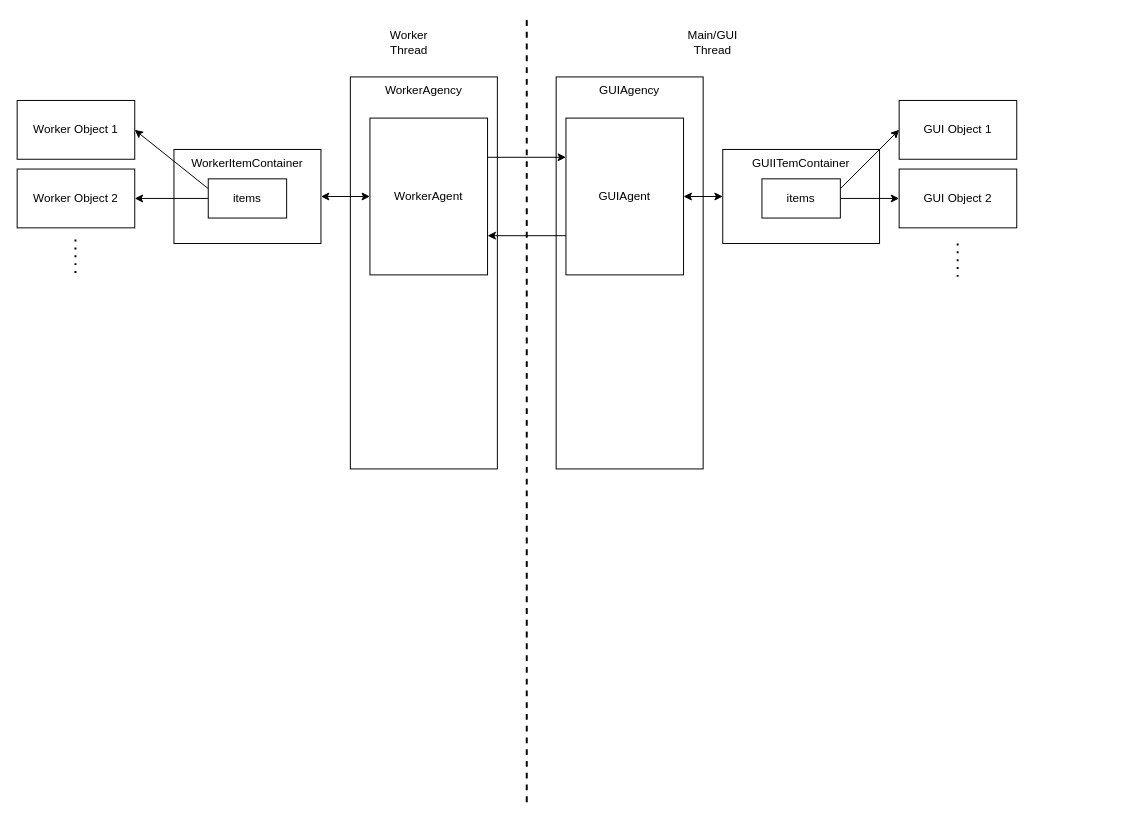
swvanbuuren/pqthread-commms keeps this draw.io diagram as doc/design.drawio. Above is the earlier version. Source tidied: cells renumbered, new cells numbered last; positions are measured from the earlier drawing's top-left corner, leaving out a move shared by most shapes. Both pictures are drawn from the tidied source at 98%, with x=0, y=0 at pixel (17, 18).
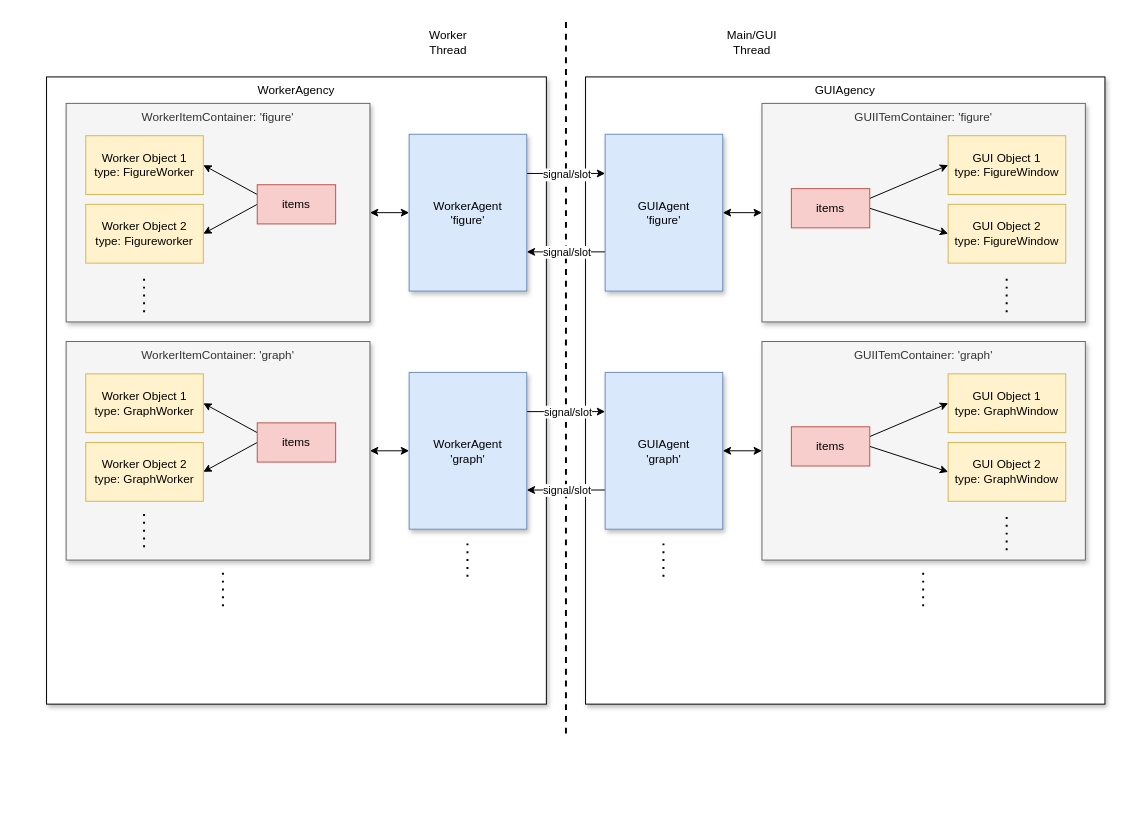
The same diagram, later.

The change refers to these unchanged cells:
```xml
<mxCell id="20" style="edgeStyle=orthogonalEdgeStyle;rounded=0;jettySize=auto;html=1;exitX=0;exitY=0.75;exitDx=0;exitDy=0;entryX=1;entryY=0.75;entryDx=0;entryDy=0;" parent="1" edge="1" source="21" target="23">
  <mxGeometry relative="1" as="geometry" />
</mxCell>
<mxCell id="22" style="edgeStyle=orthogonalEdgeStyle;rounded=0;jettySize=auto;html=1;exitX=1;exitY=0.25;exitDx=0;exitDy=0;entryX=0;entryY=0.25;entryDx=0;entryDy=0;" parent="1" edge="1" source="23" target="21">
  <mxGeometry relative="1" as="geometry" />
</mxCell>
```

What changed in the source:
```diff
@@
-    <mxCell id="2" value="&lt;div&gt;GUIAgency&lt;/div&gt;" style="rounded=0;whiteSpace=wrap;html=1;verticalAlign=top;" parent="1" vertex="1">
-      <mxGeometry x="550" y="60" width="150" height="400" as="geometry" />
+    <mxCell id="2" value="&lt;div&gt;GUIAgency&lt;/div&gt;" style="rounded=0;whiteSpace=wrap;html=1;verticalAlign=top;shadow=1;" parent="1" vertex="1">
+      <mxGeometry x="580" y="60" width="530" height="640" as="geometry" />
     </mxCell>
-    <mxCell id="3" value="&lt;div&gt;WorkerAgency&lt;/div&gt;" style="rounded=0;whiteSpace=wrap;html=1;verticalAlign=top;" parent="1" vertex="1">
-      <mxGeometry x="340" y="60" width="150" height="400" as="geometry" />
+    <mxCell id="3" value="&lt;div&gt;WorkerAgency&lt;/div&gt;" style="rounded=0;whiteSpace=wrap;html=1;verticalAlign=top;shadow=1;" parent="1" vertex="1">
+      <mxGeometry x="30" y="60" width="510" height="640" as="geometry" />
     </mxCell>
     <mxCell id="4" style="endArrow=none;dashed=1;html=1;strokeWidth=2;rounded=0;" parent="1" edge="1">
       <mxGeometry relative="1" as="geometry">
-        <mxPoint x="520" y="800" as="sourcePoint" />
-        <mxPoint x="520" as="targetPoint" />
+        <mxPoint x="560" y="730" as="sourcePoint" />
+        <mxPoint x="560" as="targetPoint" />
       </mxGeometry>
     </mxCell>
     <mxCell id="5" value="&lt;div&gt;Main/GUI Thread&lt;/div&gt;" style="text;html=1;align=center;verticalAlign=middle;whiteSpace=wrap;rounded=0;" parent="1" vertex="1">
-      <mxGeometry x="680" y="10" width="60" height="30" as="geometry" />
+      <mxGeometry x="720" y="10" width="60" height="30" as="geometry" />
     </mxCell>
     <mxCell id="6" value="&lt;div&gt;Worker Thread&lt;/div&gt;" style="text;html=1;align=center;verticalAlign=middle;whiteSpace=wrap;rounded=0;" parent="1" vertex="1">
-      <mxGeometry x="370" y="10" width="60" height="30" as="geometry" />
+      <mxGeometry x="410" y="10" width="60" height="30" as="geometry" />
     </mxCell>
-    <mxCell id="7" value="&lt;div&gt;GUIITemContainer&lt;/div&gt;" style="rounded=0;whiteSpace=wrap;html=1;verticalAlign=top;" parent="1" vertex="1">
-      <mxGeometry x="720" y="134" width="160" height="96" as="geometry" />
+    <mxCell id="7" value="&lt;div&gt;GUIITemContainer: 'figure'&lt;/div&gt;" style="rounded=0;whiteSpace=wrap;html=1;verticalAlign=top;fillColor=#f5f5f5;fontColor=#333333;strokeColor=#666666;shadow=1;" parent="1" vertex="1">
+      <mxGeometry x="760" y="87" width="330" height="223" as="geometry" />
     </mxCell>
-    <mxCell id="8" value="&lt;div&gt;GUI Object 1&lt;br&gt;&lt;/div&gt;" style="rounded=0;whiteSpace=wrap;html=1;" parent="1" vertex="1">
-      <mxGeometry x="900" y="84" width="120" height="60" as="geometry" />
+    <mxCell id="8" value="&lt;div&gt;GUI Object 1&lt;/div&gt;&lt;div&gt;type: FigureWindow&lt;br&gt;&lt;/div&gt;" style="rounded=0;whiteSpace=wrap;html=1;fillColor=#fff2cc;strokeColor=#d6b656;" parent="1" vertex="1">
+      <mxGeometry x="950" y="120" width="120" height="60" as="geometry" />
     </mxCell>
-    <mxCell id="9" value="&lt;div&gt;GUI Object 2&lt;br&gt;&lt;/div&gt;" style="rounded=0;whiteSpace=wrap;html=1;" parent="1" vertex="1">
-      <mxGeometry x="900" y="154" width="120" height="60" as="geometry" />
+    <mxCell id="9" value="&lt;div&gt;GUI Object 2&lt;/div&gt;&lt;div&gt;type: FigureWindow&lt;/div&gt;" style="rounded=0;whiteSpace=wrap;html=1;fillColor=#fff2cc;strokeColor=#d6b656;" parent="1" vertex="1">
+      <mxGeometry x="950" y="190" width="120" height="60" as="geometry" />
     </mxCell>
@@
-    <mxCell id="12" value="items" style="rounded=0;whiteSpace=wrap;html=1;" parent="1" vertex="1">
-      <mxGeometry x="760" y="164" width="80" height="40" as="geometry" />
+    <mxCell id="12" value="items" style="rounded=0;whiteSpace=wrap;html=1;fillColor=#f8cecc;strokeColor=#b85450;" parent="1" vertex="1">
+      <mxGeometry x="790" y="174" width="80" height="40" as="geometry" />
     </mxCell>
     <mxCell id="13" style="endArrow=none;dashed=1;html=1;dashPattern=1 3;strokeWidth=2;rounded=0;" parent="1" edge="1">
       <mxGeometry relative="1" as="geometry">
-        <mxPoint x="959.7" y="264" as="sourcePoint" />
-        <mxPoint x="959.7" y="224" as="targetPoint" />
+        <mxPoint x="1009.7" y="300" as="sourcePoint" />
+        <mxPoint x="1009.7" y="260" as="targetPoint" />
       </mxGeometry>
     </mxCell>
@@
-    <mxCell id="15" value="WorkerItemContainer" style="rounded=0;whiteSpace=wrap;html=1;verticalAlign=top;" parent="1" vertex="1">
-      <mxGeometry x="160" y="134" width="150" height="96" as="geometry" />
+    <mxCell id="15" value="WorkerItemContainer: 'figure'" style="rounded=0;whiteSpace=wrap;html=1;verticalAlign=top;fillColor=#f5f5f5;fontColor=#333333;strokeColor=#666666;shadow=1;" parent="1" vertex="1">
+      <mxGeometry x="50" y="87" width="310" height="223" as="geometry" />
     </mxCell>
@@
-    <mxCell id="17" style="edgeStyle=orthogonalEdgeStyle;rounded=0;jettySize=auto;html=1;exitX=0;exitY=0.5;exitDx=0;exitDy=0;entryX=1;entryY=0.5;entryDx=0;entryDy=0;" parent="1" edge="1" source="18" target="25">
+    <mxCell id="17" style="rounded=0;jettySize=auto;html=1;exitX=0;exitY=0.5;exitDx=0;exitDy=0;entryX=1;entryY=0.5;entryDx=0;entryDy=0;" parent="1" edge="1" source="18" target="25">
       <mxGeometry relative="1" as="geometry" />
     </mxCell>
-    <mxCell id="18" value="items" style="rounded=0;whiteSpace=wrap;html=1;" parent="1" vertex="1">
-      <mxGeometry x="195" y="164" width="80" height="40" as="geometry" />
+    <mxCell id="18" value="items" style="rounded=0;whiteSpace=wrap;html=1;fillColor=#f8cecc;strokeColor=#b85450;" parent="1" vertex="1">
+      <mxGeometry x="245" y="170" width="80" height="40" as="geometry" />
     </mxCell>
@@
+    <mxCell id="27" value="signal/slot" style="edgeLabel;html=1;align=center;verticalAlign=middle;" parent="20" vertex="1">
+      <mxGeometry relative="1" as="geometry" />
+    </mxCell>
-    <mxCell id="21" value="&lt;div&gt;GUIAgent&lt;/div&gt;" style="rounded=0;whiteSpace=wrap;html=1;" parent="1" vertex="1">
-      <mxGeometry x="560" y="102" width="120" height="160" as="geometry" />
+    <mxCell id="21" value="&lt;div&gt;GUIAgent&lt;br&gt;'figure'&lt;/div&gt;" style="rounded=0;whiteSpace=wrap;html=1;fillColor=#dae8fc;strokeColor=#6c8ebf;shadow=1;" parent="1" vertex="1">
+      <mxGeometry x="600" y="118.5" width="120" height="160" as="geometry" />
     </mxCell>
@@
+    <mxCell id="28" value="&lt;div&gt;signal/slot&lt;/div&gt;" style="edgeLabel;html=1;align=center;verticalAlign=middle;" parent="22" vertex="1">
+      <mxGeometry relative="1" as="geometry">
+        <mxPoint y="1" as="offset" />
+      </mxGeometry>
+    </mxCell>
-    <mxCell id="23" value="WorkerAgent" style="rounded=0;whiteSpace=wrap;html=1;" parent="1" vertex="1">
-      <mxGeometry x="360" y="102" width="120" height="160" as="geometry" />
+    <mxCell id="23" value="WorkerAgent&lt;br&gt;'figure'" style="rounded=0;whiteSpace=wrap;html=1;fillColor=#dae8fc;strokeColor=#6c8ebf;shadow=1;" parent="1" vertex="1">
+      <mxGeometry x="400" y="118.5" width="120" height="160" as="geometry" />
     </mxCell>
-    <mxCell id="24" value="&lt;div&gt;Worker Object 1&lt;br&gt;&lt;/div&gt;" style="rounded=0;whiteSpace=wrap;html=1;" parent="1" vertex="1">
-      <mxGeometry y="84" width="120" height="60" as="geometry" />
+    <mxCell id="24" value="&lt;div&gt;Worker Object 1&lt;br&gt;type: FigureWorker&lt;br&gt;&lt;/div&gt;" style="rounded=0;whiteSpace=wrap;html=1;fillColor=#fff2cc;strokeColor=#d6b656;" parent="1" vertex="1">
+      <mxGeometry x="70" y="120" width="120" height="60" as="geometry" />
     </mxCell>
-    <mxCell id="25" value="&lt;div&gt;Worker Object 2&lt;br&gt;&lt;/div&gt;" style="rounded=0;whiteSpace=wrap;html=1;" parent="1" vertex="1">
-      <mxGeometry y="154" width="120" height="60" as="geometry" />
+    <mxCell id="25" value="&lt;div&gt;Worker Object 2&lt;/div&gt;&lt;div&gt;type: Figureworker&lt;br&gt;&lt;/div&gt;" style="rounded=0;whiteSpace=wrap;html=1;fillColor=#fff2cc;strokeColor=#d6b656;" parent="1" vertex="1">
+      <mxGeometry x="70" y="190" width="120" height="60" as="geometry" />
     </mxCell>
     <mxCell id="26" style="endArrow=none;dashed=1;html=1;dashPattern=1 3;strokeWidth=2;rounded=0;" parent="1" edge="1">
       <mxGeometry relative="1" as="geometry">
-        <mxPoint x="59.5" y="260" as="sourcePoint" />
-        <mxPoint x="59.5" y="220" as="targetPoint" />
+        <mxPoint x="129.5" y="300" as="sourcePoint" />
+        <mxPoint x="129.5" y="260" as="targetPoint" />
       </mxGeometry>
     </mxCell>
+    <mxCell id="29" value="&lt;div&gt;GUIITemContainer: 'graph'&lt;/div&gt;" style="rounded=0;whiteSpace=wrap;html=1;verticalAlign=top;fillColor=#f5f5f5;fontColor=#333333;strokeColor=#666666;shadow=1;" parent="1" vertex="1">
+      <mxGeometry x="760" y="330" width="330" height="223" as="geometry" />
+    </mxCell>
+    <mxCell id="30" value="&lt;div&gt;GUI Object 1&lt;/div&gt;&lt;div&gt;type: GraphWindow&lt;/div&gt;" style="rounded=0;whiteSpace=wrap;html=1;fillColor=#fff2cc;strokeColor=#d6b656;" parent="1" vertex="1">
+      <mxGeometry x="950" y="363" width="120" height="60" as="geometry" />
+    </mxCell>
+    <mxCell id="31" value="&lt;div&gt;GUI Object 2&lt;/div&gt;&lt;div&gt;type: GraphWindow&lt;/div&gt;" style="rounded=0;whiteSpace=wrap;html=1;fillColor=#fff2cc;strokeColor=#d6b656;" parent="1" vertex="1">
+      <mxGeometry x="950" y="433" width="120" height="60" as="geometry" />
+    </mxCell>
+    <mxCell id="32" style="rounded=0;jettySize=auto;html=1;exitX=1;exitY=0.25;exitDx=0;exitDy=0;entryX=0;entryY=0.5;entryDx=0;entryDy=0;" parent="1" edge="1" source="34" target="30">
+      <mxGeometry relative="1" as="geometry" />
+    </mxCell>
+    <mxCell id="33" style="rounded=0;jettySize=auto;html=1;exitX=1;exitY=0.5;exitDx=0;exitDy=0;entryX=0;entryY=0.5;entryDx=0;entryDy=0;" parent="1" edge="1" source="34" target="31">
+      <mxGeometry relative="1" as="geometry" />
+    </mxCell>
+    <mxCell id="34" value="items" style="rounded=0;whiteSpace=wrap;html=1;fillColor=#f8cecc;strokeColor=#b85450;" parent="1" vertex="1">
+      <mxGeometry x="790" y="417" width="80" height="40" as="geometry" />
+    </mxCell>
+    <mxCell id="35" style="endArrow=none;dashed=1;html=1;dashPattern=1 3;strokeWidth=2;rounded=0;" parent="1" edge="1">
+      <mxGeometry relative="1" as="geometry">
+        <mxPoint x="1009.7" y="543" as="sourcePoint" />
+        <mxPoint x="1009.7" y="503" as="targetPoint" />
+      </mxGeometry>
+    </mxCell>
+    <mxCell id="36" style="rounded=0;jettySize=auto;html=1;exitX=1;exitY=0.5;exitDx=0;exitDy=0;entryX=0;entryY=0.5;entryDx=0;entryDy=0;startArrow=classic;startFill=1;" parent="1" edge="1" source="37" target="47">
+      <mxGeometry relative="1" as="geometry" />
+    </mxCell>
+    <mxCell id="37" value="WorkerItemContainer: 'graph'" style="rounded=0;whiteSpace=wrap;html=1;verticalAlign=top;fillColor=#f5f5f5;fontColor=#333333;strokeColor=#666666;shadow=1;" parent="1" vertex="1">
+      <mxGeometry x="50" y="330" width="310" height="223" as="geometry" />
+    </mxCell>
+    <mxCell id="38" style="rounded=0;jettySize=auto;html=1;exitX=0;exitY=0.25;exitDx=0;exitDy=0;entryX=1;entryY=0.5;entryDx=0;entryDy=0;" parent="1" edge="1" source="40" target="48">
+      <mxGeometry relative="1" as="geometry" />
+    </mxCell>
+    <mxCell id="39" style="rounded=0;jettySize=auto;html=1;exitX=0;exitY=0.5;exitDx=0;exitDy=0;entryX=1;entryY=0.5;entryDx=0;entryDy=0;" parent="1" edge="1" source="40" target="49">
+      <mxGeometry relative="1" as="geometry" />
+    </mxCell>
+    <mxCell id="40" value="items" style="rounded=0;whiteSpace=wrap;html=1;fillColor=#f8cecc;strokeColor=#b85450;" parent="1" vertex="1">
+      <mxGeometry x="245" y="413" width="80" height="40" as="geometry" />
+    </mxCell>
+    <mxCell id="41" style="rounded=0;jettySize=auto;html=1;exitX=1;exitY=0.5;exitDx=0;exitDy=0;entryX=0;entryY=0.5;entryDx=0;entryDy=0;startArrow=classic;startFill=1;" parent="1" edge="1" source="44" target="29">
+      <mxGeometry relative="1" as="geometry" />
+    </mxCell>
+    <mxCell id="42" style="edgeStyle=orthogonalEdgeStyle;rounded=0;jettySize=auto;html=1;exitX=0;exitY=0.75;exitDx=0;exitDy=0;entryX=1;entryY=0.75;entryDx=0;entryDy=0;" parent="1" edge="1" source="44" target="47">
+      <mxGeometry relative="1" as="geometry" />
+    </mxCell>
+    <mxCell id="43" value="signal/slot" style="edgeLabel;html=1;align=center;verticalAlign=middle;" parent="42" vertex="1">
+      <mxGeometry relative="1" as="geometry" />
+    </mxCell>
+    <mxCell id="44" value="&lt;div&gt;GUIAgent&lt;br&gt;'graph'&lt;br&gt;&lt;/div&gt;" style="rounded=0;whiteSpace=wrap;html=1;fillColor=#dae8fc;strokeColor=#6c8ebf;shadow=1;" parent="1" vertex="1">
+      <mxGeometry x="600" y="361.5" width="120" height="160" as="geometry" />
+    </mxCell>
+    <mxCell id="45" style="edgeStyle=orthogonalEdgeStyle;rounded=0;jettySize=auto;html=1;exitX=1;exitY=0.25;exitDx=0;exitDy=0;entryX=0;entryY=0.25;entryDx=0;entryDy=0;" parent="1" edge="1" source="47" target="44">
+      <mxGeometry relative="1" as="geometry" />
+    </mxCell>
+    <mxCell id="46" value="signal/slot" style="edgeLabel;html=1;align=center;verticalAlign=middle;" parent="45" vertex="1">
+      <mxGeometry x="0.03" y="1" relative="1" as="geometry">
+        <mxPoint y="1" as="offset" />
+      </mxGeometry>
+    </mxCell>
+    <mxCell id="47" value="WorkerAgent&lt;br&gt;'graph'" style="rounded=0;whiteSpace=wrap;html=1;fillColor=#dae8fc;strokeColor=#6c8ebf;shadow=1;" parent="1" vertex="1">
+      <mxGeometry x="400" y="361.5" width="120" height="160" as="geometry" />
+    </mxCell>
+    <mxCell id="48" value="&lt;div&gt;Worker Object 1&lt;br&gt;type: GraphWorker&lt;br&gt;&lt;/div&gt;" style="rounded=0;whiteSpace=wrap;html=1;fillColor=#fff2cc;strokeColor=#d6b656;" parent="1" vertex="1">
+      <mxGeometry x="70" y="363" width="120" height="60" as="geometry" />
+    </mxCell>
+    <mxCell id="49" value="&lt;div&gt;Worker Object 2&lt;br&gt;type: GraphWorker&lt;/div&gt;" style="rounded=0;whiteSpace=wrap;html=1;fillColor=#fff2cc;strokeColor=#d6b656;" parent="1" vertex="1">
+      <mxGeometry x="70" y="433" width="120" height="60" as="geometry" />
+    </mxCell>
+    <mxCell id="50" style="endArrow=none;dashed=1;html=1;dashPattern=1 3;strokeWidth=2;rounded=0;" parent="1" edge="1">
+      <mxGeometry relative="1" as="geometry">
+        <mxPoint x="129.5" y="540" as="sourcePoint" />
+        <mxPoint x="129.5" y="500" as="targetPoint" />
+      </mxGeometry>
+    </mxCell>
+    <mxCell id="51" style="endArrow=none;dashed=1;html=1;dashPattern=1 3;strokeWidth=2;rounded=0;" parent="1" edge="1">
+      <mxGeometry relative="1" as="geometry">
+        <mxPoint x="924.5" y="600" as="sourcePoint" />
+        <mxPoint x="924.5" y="560" as="targetPoint" />
+      </mxGeometry>
+    </mxCell>
+    <mxCell id="52" style="endArrow=none;dashed=1;html=1;dashPattern=1 3;strokeWidth=2;rounded=0;" parent="1" edge="1">
+      <mxGeometry relative="1" as="geometry">
+        <mxPoint x="659.5" y="570" as="sourcePoint" />
+        <mxPoint x="659.5" y="530" as="targetPoint" />
+      </mxGeometry>
+    </mxCell>
+    <mxCell id="53" style="endArrow=none;dashed=1;html=1;dashPattern=1 3;strokeWidth=2;rounded=0;" parent="1" edge="1">
+      <mxGeometry relative="1" as="geometry">
+        <mxPoint x="459.5" y="570" as="sourcePoint" />
+        <mxPoint x="459.5" y="530" as="targetPoint" />
+      </mxGeometry>
+    </mxCell>
+    <mxCell id="54" style="endArrow=none;dashed=1;html=1;dashPattern=1 3;strokeWidth=2;rounded=0;" parent="1" edge="1">
+      <mxGeometry relative="1" as="geometry">
+        <mxPoint x="210" y="600" as="sourcePoint" />
+        <mxPoint x="210" y="560" as="targetPoint" />
+      </mxGeometry>
+    </mxCell>
```
